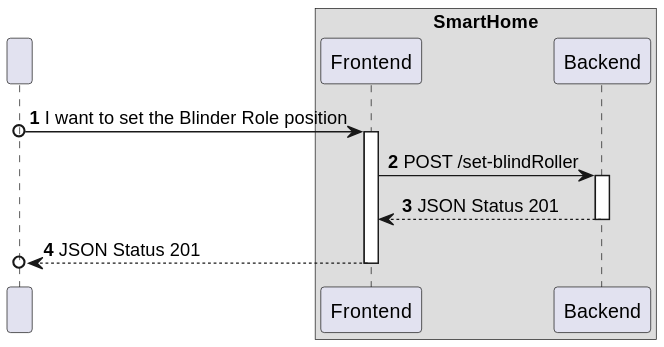
Above: docs/C4_4plus1_models/Level2/ProcessView/ProcessViewLevel2_UC25_v1.svg in moutajDev/smarthome (PlantUML), before the change.
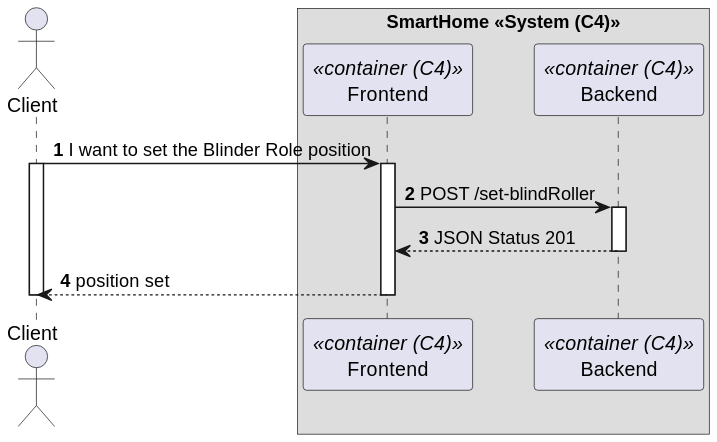
After the commit.

What changed in the source:
```diff
@@ -3,16 +3,17 @@
 
 autonumber
 
-participant " " as User
+actor "Client" as User
 
 
-box "SmartHome"
-    participant "Frontend" as FE
-    participant "Backend" as SV
+box "SmartHome <<System (C4)>>"
+    participant "Frontend" as FE<<container (C4)>>
+    participant "Backend" as SV<<container (C4)>>
 end box
 
-User o-> FE : I want to set the Blinder Role position
+User -> FE : I want to set the Blinder Role position
 activate FE
+activate User
 
 FE -> SV : POST /set-blindRoller
 activate SV
@@ -20,6 +21,7 @@
 SV --> FE : JSON Status 201
 deactivate SV
 
-FE -->o User : JSON Status 201
+FE --> User : position set
 deactivate FE
+deactivate User
 @enduml
```
